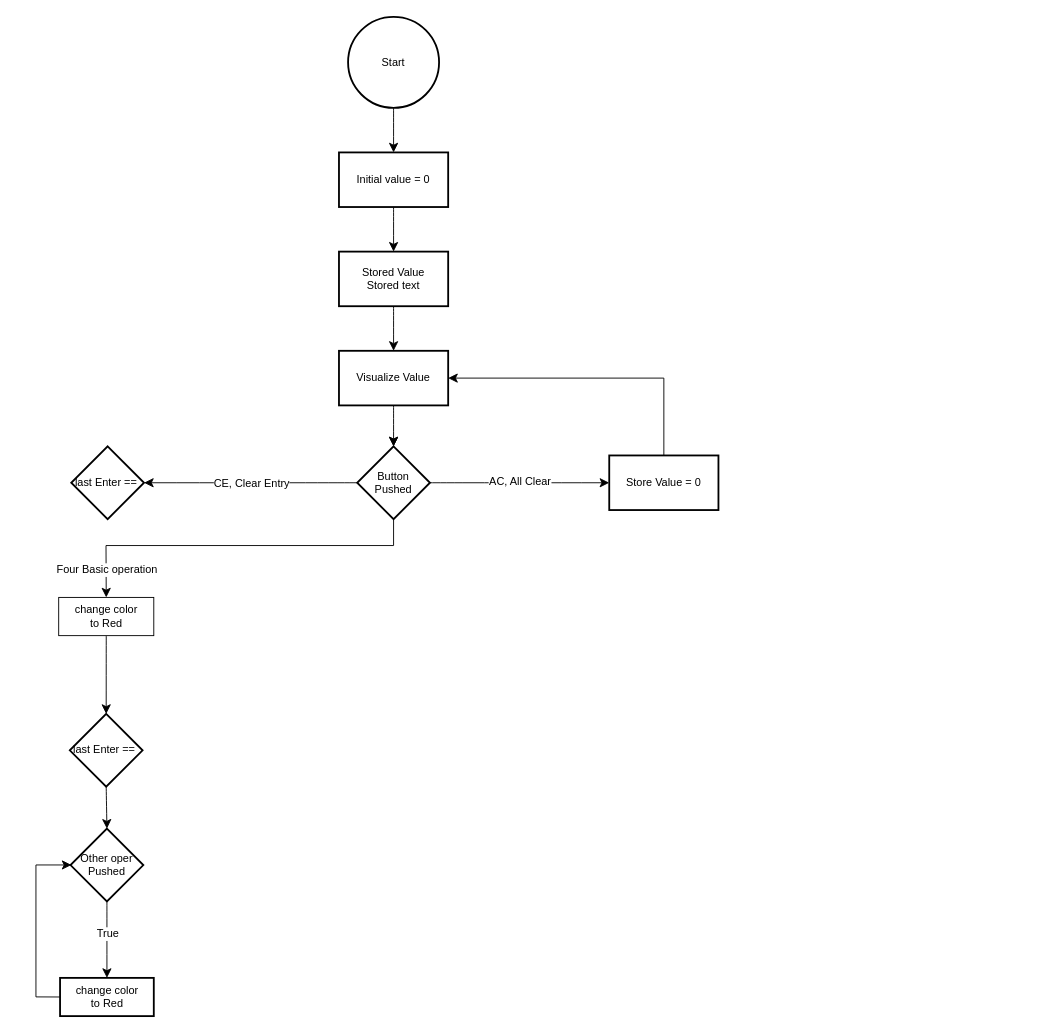
JangHyeongJun-0523/IoT_Project keeps this draw.io diagram as Calculator.drawio. Above is the earlier version. Source tidied: cells renumbered, new cells numbered last; positions are measured from the earlier drawing's top-left corner, leaving out a move shared by most shapes. Both pictures are drawn from the tidied source at 91%, with x=0, y=0 at pixel (35, 16).
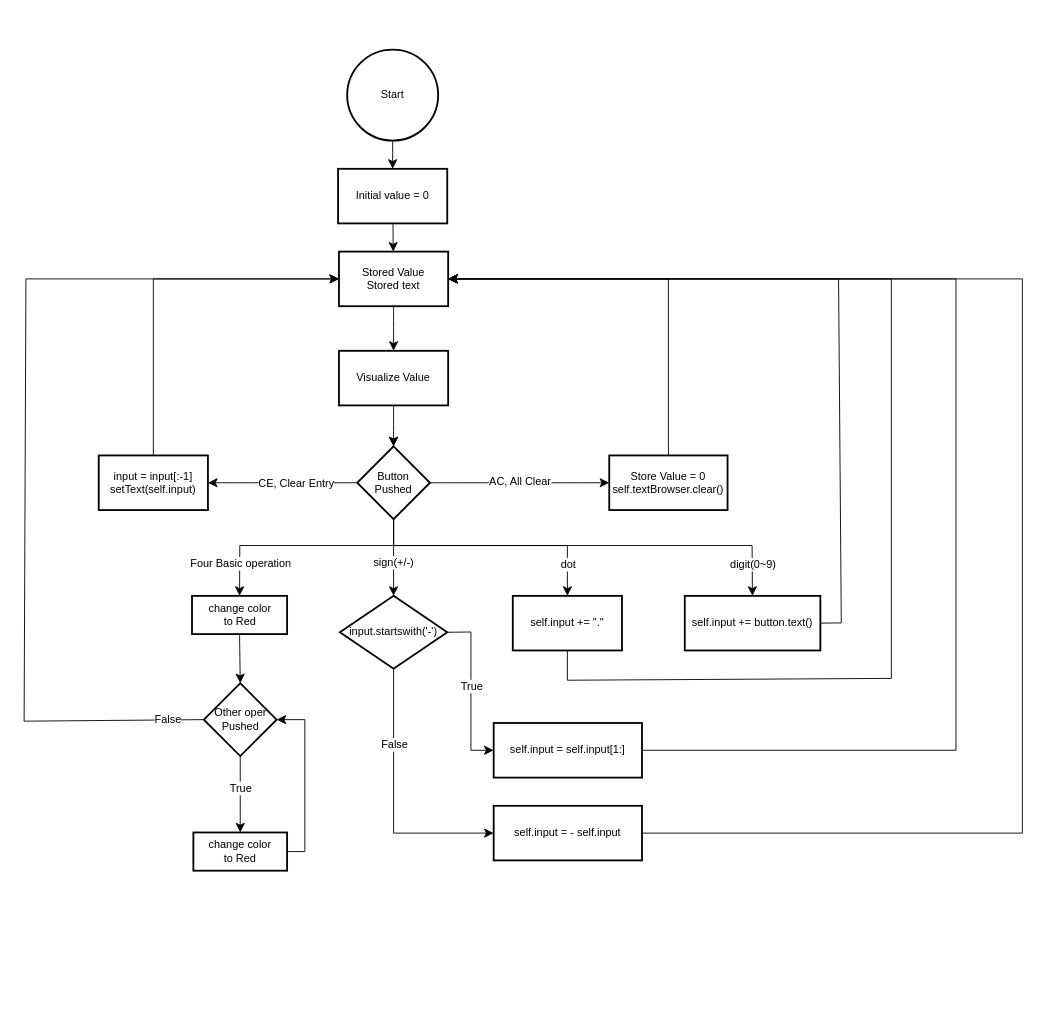
The same page after the edit.

The change refers to these unchanged cells:
```xml
<mxCell id="14" value="Button&lt;br&gt;Pushed" style="rhombus;whiteSpace=wrap;html=1;strokeWidth=2;" parent="1" vertex="1">
  <mxGeometry x="353" y="472" width="80" height="80" as="geometry" />
</mxCell>
<mxCell id="16" value="Visualize Value" style="whiteSpace=wrap;html=1;strokeWidth=2;" parent="1" vertex="1">
  <mxGeometry x="333" y="367" width="120" height="60" as="geometry" />
</mxCell>
<mxCell id="17" value="Stored Value&lt;div&gt;Stored text&lt;/div&gt;" style="whiteSpace=wrap;html=1;strokeWidth=2;" parent="1" vertex="1">
  <mxGeometry x="333" y="258" width="120" height="60" as="geometry" />
</mxCell>
```

The edit, as a diff of the source:
```diff
@@
     <mxCell id="3" value="Start" style="strokeWidth=2;html=1;shape=mxgraph.flowchart.start_2;whiteSpace=wrap;" parent="1" vertex="1">
-      <mxGeometry x="343" width="100" height="100" as="geometry" />
+      <mxGeometry x="342" y="36" width="100" height="100" as="geometry" />
     </mxCell>
@@
     <mxCell id="7" value="Initial value&amp;nbsp;&lt;span style=&quot;background-color: initial;&quot;&gt;= 0&lt;/span&gt;" style="whiteSpace=wrap;html=1;strokeWidth=2;" parent="1" vertex="1">
-      <mxGeometry x="333" y="149" width="120" height="60" as="geometry" />
+      <mxGeometry x="332" y="167" width="120" height="60" as="geometry" />
     </mxCell>
     <mxCell id="8" style="edgeStyle=none;curved=0;rounded=0;jettySize=auto;html=1;fontSize=12;startSize=8;endSize=8;entryX=0.5;entryY=0;entryDx=0;entryDy=0;" parent="1" edge="1" source="14" target="24">
       <mxGeometry relative="1" as="geometry">
         <Array as="points">
           <mxPoint x="393" y="581" />
-          <mxPoint x="77" y="581" />
+          <mxPoint x="224" y="581" />
         </Array>
       </mxGeometry>
     </mxCell>
     <mxCell id="9" value="&lt;span style=&quot;text-wrap: wrap;&quot;&gt;Four&amp;nbsp;&lt;/span&gt;&lt;span style=&quot;text-wrap: wrap; background-color: initial;&quot;&gt;Basic&amp;nbsp;&lt;/span&gt;&lt;span style=&quot;text-wrap: wrap;&quot;&gt;operation&lt;/span&gt;" style="edgeLabel;html=1;align=center;verticalAlign=middle;fontSize=12;" parent="8" vertex="1">
       <mxGeometry x="0.87" relative="1" as="geometry">
-        <mxPoint y="-4" as="offset" />
+        <mxPoint x="1" y="-19" as="offset" />
       </mxGeometry>
     </mxCell>
-    <mxCell id="10" style="edgeStyle=none;curved=1;rounded=0;jettySize=auto;html=1;fontSize=12;startSize=8;endSize=8;" parent="1" edge="1" source="14" target="25">
+    <mxCell id="10" style="edgeStyle=none;curved=1;rounded=0;jettySize=auto;html=1;fontSize=12;startSize=8;endSize=8;entryX=1;entryY=0.5;entryDx=0;entryDy=0;" parent="1" edge="1" source="14" target="39">
       <mxGeometry relative="1" as="geometry" />
     </mxCell>
     <mxCell id="11" value="CE, Clear Entry" style="edgeLabel;html=1;align=center;verticalAlign=middle;fontSize=12;" parent="10" vertex="1">
       <mxGeometry x="-0.17" y="-1" relative="1" as="geometry">
-        <mxPoint x="-20" y="1" as="offset" />
+        <mxPoint y="1" as="offset" />
       </mxGeometry>
     </mxCell>
@@
+    <mxCell id="30" style="edgeStyle=none;curved=0;rounded=0;jettySize=auto;html=1;fontSize=12;startSize=8;endSize=8;entryX=0.5;entryY=0;entryDx=0;entryDy=0;" parent="1" edge="1" source="14" target="41">
+      <mxGeometry relative="1" as="geometry">
+        <Array as="points">
+          <mxPoint x="393" y="581" />
+          <mxPoint x="584" y="581" />
+        </Array>
+      </mxGeometry>
+    </mxCell>
+    <mxCell id="31" value="dot" style="edgeLabel;html=1;align=center;verticalAlign=middle;fontSize=12;" parent="30" vertex="1">
+      <mxGeometry x="0.78" y="7" relative="1" as="geometry">
+        <mxPoint x="-7" y="-5" as="offset" />
+      </mxGeometry>
+    </mxCell>
+    <mxCell id="32" style="edgeStyle=none;curved=0;rounded=0;jettySize=auto;html=1;fontSize=12;startSize=8;endSize=8;exitX=0.5;exitY=1;exitDx=0;exitDy=0;" parent="1" edge="1" source="14" target="43">
+      <mxGeometry relative="1" as="geometry">
+        <Array as="points">
+          <mxPoint x="393" y="581" />
+          <mxPoint x="787" y="581" />
+        </Array>
+      </mxGeometry>
+    </mxCell>
+    <mxCell id="33" value="digit(0~9)" style="edgeLabel;html=1;align=center;verticalAlign=middle;fontSize=12;" parent="32" vertex="1">
+      <mxGeometry x="0.83" y="2" relative="1" as="geometry">
+        <mxPoint x="-2" y="6" as="offset" />
+      </mxGeometry>
+    </mxCell>
+    <mxCell id="34" style="edgeStyle=none;curved=1;rounded=0;jettySize=auto;html=1;fontSize=12;startSize=8;endSize=8;entryX=0.5;entryY=0;entryDx=0;entryDy=0;" parent="1" edge="1" source="14" target="48">
+      <mxGeometry relative="1" as="geometry" />
+    </mxCell>
+    <mxCell id="35" value="sign(+/-)" style="edgeLabel;html=1;align=center;verticalAlign=middle;fontSize=12;" parent="34" vertex="1">
+      <mxGeometry x="0.12" y="-1" relative="1" as="geometry" />
+    </mxCell>
@@
+    <mxCell id="36" style="edgeStyle=none;curved=0;rounded=0;jettySize=auto;html=1;exitX=0;exitY=0.5;exitDx=0;exitDy=0;entryX=0;entryY=0.5;entryDx=0;entryDy=0;fontSize=12;startSize=8;endSize=8;" parent="1" edge="1" source="20" target="17">
+      <mxGeometry relative="1" as="geometry">
+        <Array as="points">
+          <mxPoint x="-13" y="774" />
+          <mxPoint x="-11" y="288" />
+        </Array>
+      </mxGeometry>
+    </mxCell>
+    <mxCell id="37" value="False" style="edgeLabel;html=1;align=center;verticalAlign=middle;fontSize=12;" parent="36" vertex="1">
+      <mxGeometry x="-0.93" y="-3" relative="1" as="geometry">
+        <mxPoint x="-4" y="3" as="offset" />
+      </mxGeometry>
+    </mxCell>
     <mxCell id="20" value="&lt;div&gt;&lt;span style=&quot;background-color: initial;&quot;&gt;Other oper&lt;/span&gt;&lt;/div&gt;&lt;div&gt;&lt;span style=&quot;background-color: initial;&quot;&gt;Pushed&lt;/span&gt;&lt;/div&gt;" style="rhombus;whiteSpace=wrap;html=1;strokeWidth=2;" parent="1" vertex="1">
-      <mxGeometry x="38" y="892.1" width="80" height="80" as="geometry" />
+      <mxGeometry x="184.5" y="732.3" width="80" height="80" as="geometry" />
     </mxCell>
-    <mxCell id="21" style="edgeStyle=none;curved=0;rounded=0;jettySize=auto;html=1;exitX=0;exitY=0.5;exitDx=0;exitDy=0;fontSize=12;startSize=8;endSize=8;" parent="1" edge="1" source="22">
+    <mxCell id="21" style="edgeStyle=none;curved=0;rounded=0;jettySize=auto;html=1;fontSize=12;startSize=8;endSize=8;entryX=1;entryY=0.5;entryDx=0;entryDy=0;" parent="1" edge="1" target="20">
       <mxGeometry relative="1" as="geometry">
-        <mxPoint x="39" y="932" as="targetPoint" />
+        <mxPoint x="276.5" y="917.3" as="sourcePoint" />
         <Array as="points">
-          <mxPoint y="1077" />
-          <mxPoint y="932" />
+          <mxPoint x="295.5" y="917.3" />
+          <mxPoint x="295.5" y="772.3" />
         </Array>
       </mxGeometry>
     </mxCell>
     <mxCell id="22" value="change color&lt;div&gt;to Red&lt;/div&gt;" style="whiteSpace=wrap;html=1;strokeWidth=2;" parent="1" vertex="1">
-      <mxGeometry x="26.5" y="1056.1" width="103" height="42" as="geometry" />
+      <mxGeometry x="173" y="896.3" width="103" height="42" as="geometry" />
     </mxCell>
-    <mxCell id="23" style="edgeStyle=none;curved=1;rounded=0;jettySize=auto;html=1;exitX=0.5;exitY=1;exitDx=0;exitDy=0;entryX=0.5;entryY=0;entryDx=0;entryDy=0;fontSize=12;startSize=8;endSize=8;" parent="1" edge="1" source="24" target="27">
+    <mxCell id="23" style="edgeStyle=none;curved=1;rounded=0;jettySize=auto;html=1;exitX=0.5;exitY=1;exitDx=0;exitDy=0;entryX=0.5;entryY=0;entryDx=0;entryDy=0;fontSize=12;startSize=8;endSize=8;" parent="1" edge="1" source="24" target="20">
       <mxGeometry relative="1" as="geometry" />
     </mxCell>
-    <mxCell id="24" value="change color&lt;div&gt;to Red&lt;/div&gt;" style="rounded=0;whiteSpace=wrap;html=1;" parent="1" vertex="1">
-      <mxGeometry x="25" y="638" width="104.5" height="42" as="geometry" />
+    <mxCell id="24" value="change color&lt;div&gt;to Red&lt;/div&gt;" style="rounded=0;whiteSpace=wrap;html=1;strokeWidth=2;" parent="1" vertex="1">
+      <mxGeometry x="171.5" y="636.3" width="104.5" height="42" as="geometry" />
     </mxCell>
-    <mxCell id="25" value="last Enter ==&amp;nbsp;" style="rhombus;whiteSpace=wrap;html=1;strokeWidth=2;" parent="1" vertex="1">
-      <mxGeometry x="38.8" y="472" width="80" height="80" as="geometry" />
-    </mxCell>
-    <mxCell id="26" style="edgeStyle=none;curved=1;rounded=0;jettySize=auto;html=1;exitX=0.5;exitY=1;exitDx=0;exitDy=0;entryX=0.5;entryY=0;entryDx=0;entryDy=0;fontSize=12;startSize=8;endSize=8;" parent="1" edge="1" source="27" target="20">
-      <mxGeometry relative="1" as="geometry" />
-    </mxCell>
-    <mxCell id="27" value="last Enter ==&amp;nbsp;" style="rhombus;whiteSpace=wrap;html=1;strokeWidth=2;" parent="1" vertex="1">
-      <mxGeometry x="37.2" y="766" width="80" height="80" as="geometry" />
-    </mxCell>
-    <mxCell id="28" style="edgeStyle=none;curved=0;rounded=0;jettySize=auto;html=1;exitX=0.5;exitY=0;exitDx=0;exitDy=0;entryX=1;entryY=0.5;entryDx=0;entryDy=0;fontSize=12;startSize=8;endSize=8;" parent="1" edge="1" source="29" target="16">
+    <mxCell id="28" style="edgeStyle=none;curved=0;rounded=0;jettySize=auto;html=1;exitX=0.5;exitY=0;exitDx=0;exitDy=0;entryX=1;entryY=0.5;entryDx=0;entryDy=0;fontSize=12;startSize=8;endSize=8;" parent="1" edge="1" source="29" target="17">
       <mxGeometry relative="1" as="geometry">
         <Array as="points">
-          <mxPoint x="690" y="397" />
+          <mxPoint x="695" y="288" />
         </Array>
       </mxGeometry>
     </mxCell>
-    <mxCell id="29" value="Store Value = 0" style="whiteSpace=wrap;html=1;strokeWidth=2;" parent="1" vertex="1">
-      <mxGeometry x="630" y="482" width="120" height="60" as="geometry" />
+    <mxCell id="29" value="Store Value = 0&lt;div&gt;self.textBrowser.clear()&lt;br&gt;&lt;/div&gt;" style="whiteSpace=wrap;html=1;strokeWidth=2;" parent="1" vertex="1">
+      <mxGeometry x="630" y="482" width="130" height="60" as="geometry" />
     </mxCell>
+    <mxCell id="38" style="edgeStyle=none;curved=0;rounded=0;jettySize=auto;html=1;exitX=0.5;exitY=0;exitDx=0;exitDy=0;entryX=0;entryY=0.5;entryDx=0;entryDy=0;fontSize=12;startSize=8;endSize=8;" parent="1" edge="1" source="39" target="17">
+      <mxGeometry relative="1" as="geometry">
+        <Array as="points">
+          <mxPoint x="129" y="288" />
+        </Array>
+      </mxGeometry>
+    </mxCell>
+    <mxCell id="39" value="input = input[:-1]&lt;div&gt;setText(self.input)&lt;/div&gt;" style="whiteSpace=wrap;html=1;strokeWidth=2;" parent="1" vertex="1">
+      <mxGeometry x="69" y="482" width="120" height="60" as="geometry" />
+    </mxCell>
+    <mxCell id="40" style="edgeStyle=none;curved=0;rounded=0;jettySize=auto;html=1;exitX=0.5;exitY=1;exitDx=0;exitDy=0;entryX=1;entryY=0.5;entryDx=0;entryDy=0;fontSize=12;startSize=8;endSize=8;" parent="1" edge="1" source="41" target="17">
+      <mxGeometry relative="1" as="geometry">
+        <Array as="points">
+          <mxPoint x="584" y="729" />
+          <mxPoint x="940" y="727" />
+          <mxPoint x="940" y="288" />
+        </Array>
+      </mxGeometry>
+    </mxCell>
+    <mxCell id="41" value="self.input += &quot;.&quot;" style="whiteSpace=wrap;html=1;strokeWidth=2;" parent="1" vertex="1">
+      <mxGeometry x="524" y="636.3" width="120" height="60" as="geometry" />
+    </mxCell>
+    <mxCell id="42" style="edgeStyle=none;curved=0;rounded=0;jettySize=auto;html=1;exitX=1;exitY=0.5;exitDx=0;exitDy=0;entryX=1;entryY=0.5;entryDx=0;entryDy=0;fontSize=12;startSize=8;endSize=8;" parent="1" edge="1" source="43" target="17">
+      <mxGeometry relative="1" as="geometry">
+        <Array as="points">
+          <mxPoint x="885" y="666" />
+          <mxPoint x="882" y="288" />
+        </Array>
+      </mxGeometry>
+    </mxCell>
+    <mxCell id="43" value="self.input += button.text()" style="whiteSpace=wrap;html=1;strokeWidth=2;" parent="1" vertex="1">
+      <mxGeometry x="713" y="636.3" width="149" height="60" as="geometry" />
+    </mxCell>
+    <mxCell id="44" style="edgeStyle=none;curved=0;rounded=0;jettySize=auto;html=1;exitX=1;exitY=0.5;exitDx=0;exitDy=0;fontSize=12;startSize=8;endSize=8;entryX=0;entryY=0.5;entryDx=0;entryDy=0;" parent="1" edge="1" source="48" target="50">
+      <mxGeometry relative="1" as="geometry">
+        <Array as="points">
+          <mxPoint x="478" y="676" />
+          <mxPoint x="478" y="806" />
+        </Array>
+      </mxGeometry>
+    </mxCell>
+    <mxCell id="45" value="True" style="edgeLabel;html=1;align=center;verticalAlign=middle;fontSize=12;" parent="44" vertex="1">
+      <mxGeometry x="-0.05" relative="1" as="geometry" />
+    </mxCell>
+    <mxCell id="46" style="edgeStyle=none;curved=0;rounded=0;jettySize=auto;html=1;fontSize=12;startSize=8;endSize=8;entryX=0;entryY=0.5;entryDx=0;entryDy=0;" parent="1" edge="1" source="48" target="52">
+      <mxGeometry relative="1" as="geometry">
+        <Array as="points">
+          <mxPoint x="393" y="897" />
+        </Array>
+      </mxGeometry>
+    </mxCell>
+    <mxCell id="47" value="False" style="edgeLabel;html=1;align=center;verticalAlign=middle;fontSize=12;" parent="46" vertex="1">
+      <mxGeometry x="-0.43" relative="1" as="geometry" />
+    </mxCell>
+    <mxCell id="48" value="input.startswith('-')" style="rhombus;whiteSpace=wrap;html=1;strokeWidth=2;" parent="1" vertex="1">
+      <mxGeometry x="334" y="636.3" width="118" height="80" as="geometry" />
+    </mxCell>
+    <mxCell id="49" style="edgeStyle=none;curved=0;rounded=0;jettySize=auto;html=1;exitX=1;exitY=0.5;exitDx=0;exitDy=0;entryX=1;entryY=0.5;entryDx=0;entryDy=0;fontSize=12;startSize=8;endSize=8;" parent="1" edge="1" source="50" target="17">
+      <mxGeometry relative="1" as="geometry">
+        <Array as="points">
+          <mxPoint x="1011" y="806" />
+          <mxPoint x="1011" y="288" />
+        </Array>
+      </mxGeometry>
+    </mxCell>
+    <mxCell id="50" value="self.input = self.input[1:]" style="whiteSpace=wrap;html=1;strokeWidth=2;" parent="1" vertex="1">
+      <mxGeometry x="503" y="776" width="163" height="60" as="geometry" />
+    </mxCell>
+    <mxCell id="51" style="edgeStyle=none;curved=0;rounded=0;jettySize=auto;html=1;exitX=1;exitY=0.5;exitDx=0;exitDy=0;entryX=1;entryY=0.5;entryDx=0;entryDy=0;fontSize=12;startSize=8;endSize=8;" parent="1" edge="1" source="52" target="17">
+      <mxGeometry relative="1" as="geometry">
+        <Array as="points">
+          <mxPoint x="1084" y="897" />
+          <mxPoint x="1084" y="288" />
+        </Array>
+      </mxGeometry>
+    </mxCell>
+    <mxCell id="52" value="self.input = - self.input" style="whiteSpace=wrap;html=1;strokeWidth=2;" parent="1" vertex="1">
+      <mxGeometry x="503" y="867" width="163" height="60" as="geometry" />
+    </mxCell>
```
